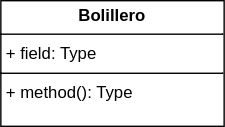
Above: Bolillero/Diagrama.drawio.svg in LuzIbarra7/Programaci-n-sobre-redes (draw.io), before the change. Source tidied: cells renumbered, new cells last; positions are measured from the earlier drawing's top-left corner, leaving out a move shared by most shapes.
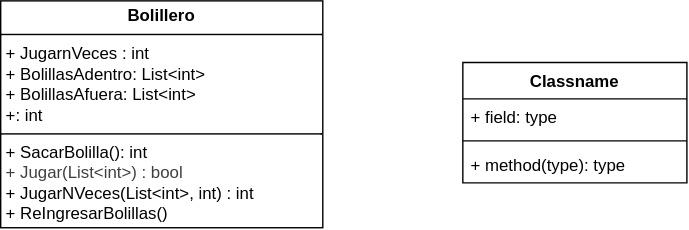
The same file after the commit.

Change to the diagram source:
```diff
@@ -2,8 +2,20 @@
   <root>
     <mxCell id="0" />
     <mxCell id="1" parent="0" />
-    <mxCell id="2" value="&lt;p style=&quot;margin:0px;margin-top:4px;text-align:center;&quot;&gt;&lt;b&gt;Bolillero&lt;/b&gt;&lt;/p&gt;&lt;hr size=&quot;1&quot; style=&quot;border-style:solid;&quot;&gt;&lt;p style=&quot;margin:0px;margin-left:4px;&quot;&gt;+ field: Type&lt;/p&gt;&lt;hr size=&quot;1&quot; style=&quot;border-style:solid;&quot;&gt;&lt;p style=&quot;margin:0px;margin-left:4px;&quot;&gt;+ method(): Type&lt;/p&gt;" style="verticalAlign=top;align=left;overflow=fill;html=1;whiteSpace=wrap;" parent="1" vertex="1">
-      <mxGeometry width="160" height="90" as="geometry" />
+    <mxCell id="2" value="&lt;p style=&quot;margin:0px;margin-top:4px;text-align:center;&quot;&gt;&lt;b&gt;Bolillero&lt;/b&gt;&lt;/p&gt;&lt;hr size=&quot;1&quot; style=&quot;border-style:solid;&quot;&gt;&lt;p style=&quot;margin:0px;margin-left:4px;&quot;&gt;+ JugarnVeces : int&amp;nbsp;&lt;/p&gt;&lt;p style=&quot;margin:0px;margin-left:4px;&quot;&gt;+ BolillasAdentro: List&amp;lt;int&amp;gt;&lt;/p&gt;&lt;p style=&quot;margin:0px;margin-left:4px;&quot;&gt;+ BolillasAfuera: List&amp;lt;int&amp;gt;&lt;/p&gt;&lt;p style=&quot;margin:0px;margin-left:4px;&quot;&gt;+: int&amp;nbsp;&lt;/p&gt;&lt;hr size=&quot;1&quot; style=&quot;border-style:solid;&quot;&gt;&lt;p style=&quot;margin:0px;margin-left:4px;&quot;&gt;+ SacarBolilla(): int&lt;/p&gt;&lt;p style=&quot;margin:0px;margin-left:4px;&quot;&gt;&lt;span style=&quot;color: rgb(63, 63, 63);&quot;&gt;+ Jugar(List&amp;lt;int&amp;gt;) : bool&lt;/span&gt;&lt;/p&gt;&lt;p style=&quot;margin:0px;margin-left:4px;&quot;&gt;+ JugarNVeces(List&amp;lt;int&amp;gt;, int) : int&lt;/p&gt;&lt;p style=&quot;margin:0px;margin-left:4px;&quot;&gt;+ ReIngresarBolillas()&lt;/p&gt;" style="verticalAlign=top;align=left;overflow=fill;html=1;whiteSpace=wrap;" parent="1" vertex="1">
+      <mxGeometry width="230" height="162" as="geometry" />
     </mxCell>
+    <mxCell id="3" value="Classname" style="swimlane;fontStyle=1;align=center;verticalAlign=top;horizontal=1;startSize=26;whiteSpace=wrap;html=1;" parent="1" vertex="1">
+      <mxGeometry x="330" y="44" width="160" height="86" as="geometry" />
+    </mxCell>
+    <mxCell id="4" value="+ field: type" style="text;strokeColor=none;fillColor=none;align=left;verticalAlign=top;spacingLeft=4;spacingRight=4;overflow=hidden;whiteSpace=wrap;html=1;" parent="3" vertex="1">
+      <mxGeometry y="26" width="160" height="26" as="geometry" />
+    </mxCell>
+    <mxCell id="5" style="line;strokeWidth=1;fillColor=none;align=left;verticalAlign=middle;spacingTop=-1;spacingLeft=3;spacingRight=3;labelPosition=right;strokeColor=inherit;" parent="3" vertex="1">
+      <mxGeometry y="52" width="160" height="8" as="geometry" />
+    </mxCell>
+    <mxCell id="6" value="+ method(type): type" style="text;strokeColor=none;fillColor=none;align=left;verticalAlign=top;spacingLeft=4;spacingRight=4;overflow=hidden;whiteSpace=wrap;html=1;" parent="3" vertex="1">
+      <mxGeometry y="60" width="160" height="26" as="geometry" />
+    </mxCell>
   </root>
 </mxGraphModel>
```
